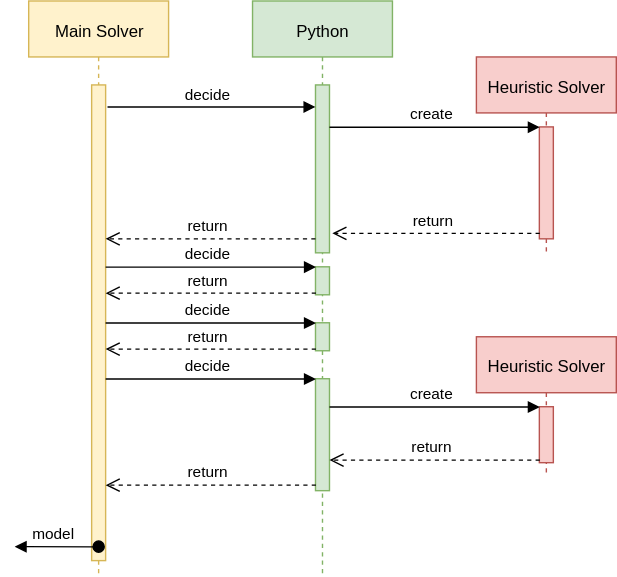
The draw.io diagram doc/slides/figures/sequence-diagram.svg in tsahyt/dhclingo, before a commit. Source tidied: cells renumbered, new cells last; positions are measured from the earlier drawing's top-left corner, leaving out a move shared by most shapes. Source of this version:
```xml
<mxGraphModel background="#ffffff">
  <root>
    <mxCell id="0" />
    <mxCell id="1" parent="0" />
    <mxCell id="2" value="&lt;div&gt;Main Solver&lt;/div&gt;" style="shape=umlLifeline;perimeter=lifelinePerimeter;whiteSpace=wrap;html=1;fillColor=#fff2cc;strokeColor=#d6b656;" parent="1" vertex="1">
      <mxGeometry x="10" width="100" height="410" as="geometry" />
    </mxCell>
    <mxCell id="3" style="html=1;points=[];perimeter=orthogonalPerimeter;fillColor=#fff2cc;strokeColor=#d6b656;" parent="2" vertex="1">
      <mxGeometry x="45" y="60" width="10" height="340" as="geometry" />
    </mxCell>
    <mxCell id="4" value="Python" style="shape=umlLifeline;perimeter=lifelinePerimeter;whiteSpace=wrap;html=1;fillColor=#d5e8d4;strokeColor=#82b366;" parent="1" vertex="1">
      <mxGeometry x="170" width="100" height="410" as="geometry" />
    </mxCell>
    <mxCell id="5" style="html=1;points=[];perimeter=orthogonalPerimeter;fillColor=#d5e8d4;strokeColor=#82b366;" parent="4" vertex="1">
      <mxGeometry x="45" y="60" width="10" height="120" as="geometry" />
    </mxCell>
    <mxCell id="6" style="html=1;points=[];perimeter=orthogonalPerimeter;fillColor=#d5e8d4;strokeColor=#82b366;" parent="4" vertex="1">
      <mxGeometry x="45" y="190" width="10" height="20" as="geometry" />
    </mxCell>
    <mxCell id="7" style="html=1;points=[];perimeter=orthogonalPerimeter;fillColor=#d5e8d4;strokeColor=#82b366;" parent="4" vertex="1">
      <mxGeometry x="45" y="230" width="10" height="20" as="geometry" />
    </mxCell>
    <mxCell id="8" style="html=1;points=[];perimeter=orthogonalPerimeter;fillColor=#d5e8d4;strokeColor=#82b366;" parent="4" vertex="1">
      <mxGeometry x="45" y="270" width="10" height="80" as="geometry" />
    </mxCell>
    <mxCell id="9" value="Heuristic Solver" style="shape=umlLifeline;perimeter=lifelinePerimeter;whiteSpace=wrap;html=1;fillColor=#f8cecc;strokeColor=#b85450;" parent="1" vertex="1">
      <mxGeometry x="330" y="40" width="100" height="140" as="geometry" />
    </mxCell>
    <mxCell id="10" style="html=1;points=[];perimeter=orthogonalPerimeter;fillColor=#f8cecc;strokeColor=#b85450;" parent="9" vertex="1">
      <mxGeometry x="45" y="50" width="10" height="80" as="geometry" />
    </mxCell>
    <mxCell id="11" value="decide" style="html=1;verticalAlign=bottom;endArrow=block;exitX=1.114;exitY=0.047;exitPerimeter=0;" parent="1" edge="1" source="3" target="5">
      <mxGeometry relative="1" as="geometry" />
    </mxCell>
    <mxCell id="12" value="create" style="html=1;verticalAlign=bottom;endArrow=block;entryX=0;entryY=0;" parent="1" edge="1" source="5" target="10">
      <mxGeometry relative="1" as="geometry" />
    </mxCell>
    <mxCell id="13" value="return" style="html=1;verticalAlign=bottom;endArrow=open;dashed=1;endSize=8;exitX=0;exitY=0.95;entryX=1.229;entryY=0.882;entryPerimeter=0;" parent="1" edge="1" source="10" target="5">
      <mxGeometry relative="1" as="geometry" />
    </mxCell>
    <mxCell id="14" value="return" style="html=1;verticalAlign=bottom;endArrow=open;dashed=1;endSize=8;" parent="1" edge="1" target="3">
      <mxGeometry relative="1" as="geometry">
        <mxPoint x="215" y="170" as="sourcePoint" />
      </mxGeometry>
    </mxCell>
    <mxCell id="15" value="return" style="html=1;verticalAlign=bottom;endArrow=open;dashed=1;endSize=8;exitX=0;exitY=0.95;" parent="1" edge="1" source="6" target="3">
      <mxGeometry relative="1" as="geometry" />
    </mxCell>
    <mxCell id="16" value="decide" style="html=1;verticalAlign=bottom;endArrow=block;entryX=0;entryY=0;" parent="1" edge="1" source="3" target="6">
      <mxGeometry relative="1" as="geometry" />
    </mxCell>
    <mxCell id="17" value="return" style="html=1;verticalAlign=bottom;endArrow=open;dashed=1;endSize=8;exitX=0;exitY=0.95;" parent="1" edge="1" source="7" target="3">
      <mxGeometry relative="1" as="geometry" />
    </mxCell>
    <mxCell id="18" value="decide" style="html=1;verticalAlign=bottom;endArrow=block;entryX=0;entryY=0;" parent="1" edge="1" source="3" target="7">
      <mxGeometry relative="1" as="geometry" />
    </mxCell>
    <mxCell id="19" value="Heuristic Solver" style="shape=umlLifeline;perimeter=lifelinePerimeter;whiteSpace=wrap;html=1;fillColor=#f8cecc;strokeColor=#b85450;" parent="1" vertex="1">
      <mxGeometry x="330" y="240" width="100" height="100" as="geometry" />
    </mxCell>
    <mxCell id="20" style="html=1;points=[];perimeter=orthogonalPerimeter;fillColor=#f8cecc;strokeColor=#b85450;" parent="19" vertex="1">
      <mxGeometry x="45" y="50" width="10" height="40" as="geometry" />
    </mxCell>
    <mxCell id="21" value="model" style="html=1;verticalAlign=bottom;startArrow=oval;startFill=1;endArrow=block;startSize=8;exitX=0.5;exitY=0.971;exitPerimeter=0;" parent="1" edge="1" source="3">
      <mxGeometry relative="1" as="geometry">
        <mxPoint y="390" as="targetPoint" />
      </mxGeometry>
    </mxCell>
    <mxCell id="22" value="create" style="html=1;verticalAlign=bottom;endArrow=block;entryX=0;entryY=0;" parent="1" edge="1" source="8" target="20">
      <mxGeometry relative="1" as="geometry" />
    </mxCell>
    <mxCell id="23" value="return" style="html=1;verticalAlign=bottom;endArrow=open;dashed=1;endSize=8;exitX=0;exitY=0.95;" parent="1" edge="1" source="20" target="8">
      <mxGeometry relative="1" as="geometry" />
    </mxCell>
    <mxCell id="24" value="decide" style="html=1;verticalAlign=bottom;endArrow=block;entryX=0;entryY=0;" parent="1" edge="1" source="3" target="8">
      <mxGeometry relative="1" as="geometry" />
    </mxCell>
    <mxCell id="25" value="return" style="html=1;verticalAlign=bottom;endArrow=open;dashed=1;endSize=8;exitX=0;exitY=0.95;" parent="1" edge="1" source="8" target="3">
      <mxGeometry relative="1" as="geometry" />
    </mxCell>
  </root>
</mxGraphModel>
```
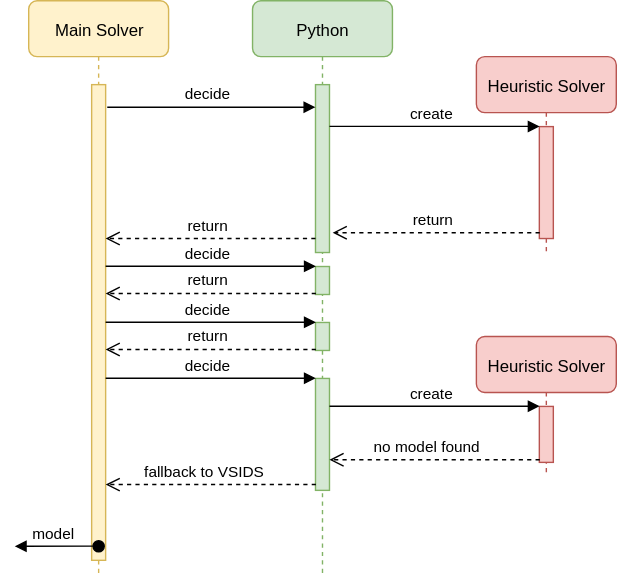
After the change.

Diff of the diagram source:
```diff
@@ -2,16 +2,16 @@
   <root>
     <mxCell id="0" />
     <mxCell id="1" parent="0" />
-    <mxCell id="2" value="&lt;div&gt;Main Solver&lt;/div&gt;" style="shape=umlLifeline;perimeter=lifelinePerimeter;whiteSpace=wrap;html=1;fillColor=#fff2cc;strokeColor=#d6b656;" parent="1" vertex="1">
+    <mxCell id="2" value="&lt;div&gt;Main Solver&lt;/div&gt;" style="shape=umlLifeline;perimeter=lifelinePerimeter;whiteSpace=wrap;html=1;fillColor=#fff2cc;strokeColor=#d6b656;rounded=1;" parent="1" vertex="1">
       <mxGeometry x="10" width="100" height="410" as="geometry" />
     </mxCell>
     <mxCell id="3" style="html=1;points=[];perimeter=orthogonalPerimeter;fillColor=#fff2cc;strokeColor=#d6b656;" parent="2" vertex="1">
       <mxGeometry x="45" y="60" width="10" height="340" as="geometry" />
     </mxCell>
-    <mxCell id="4" value="Python" style="shape=umlLifeline;perimeter=lifelinePerimeter;whiteSpace=wrap;html=1;fillColor=#d5e8d4;strokeColor=#82b366;" parent="1" vertex="1">
+    <mxCell id="4" value="Python" style="shape=umlLifeline;perimeter=lifelinePerimeter;whiteSpace=wrap;html=1;fillColor=#d5e8d4;strokeColor=#82b366;rounded=1;" parent="1" vertex="1">
       <mxGeometry x="170" width="100" height="410" as="geometry" />
     </mxCell>
-    <mxCell id="5" style="html=1;points=[];perimeter=orthogonalPerimeter;fillColor=#d5e8d4;strokeColor=#82b366;" parent="4" vertex="1">
+    <mxCell id="5" style="html=1;points=[];perimeter=orthogonalPerimeter;fillColor=#d5e8d4;strokeColor=#82b366;shadow=0;comic=0;" parent="4" vertex="1">
       <mxGeometry x="45" y="60" width="10" height="120" as="geometry" />
     </mxCell>
     <mxCell id="6" style="html=1;points=[];perimeter=orthogonalPerimeter;fillColor=#d5e8d4;strokeColor=#82b366;" parent="4" vertex="1">
@@ -23,7 +23,7 @@
     <mxCell id="8" style="html=1;points=[];perimeter=orthogonalPerimeter;fillColor=#d5e8d4;strokeColor=#82b366;" parent="4" vertex="1">
       <mxGeometry x="45" y="270" width="10" height="80" as="geometry" />
     </mxCell>
-    <mxCell id="9" value="Heuristic Solver" style="shape=umlLifeline;perimeter=lifelinePerimeter;whiteSpace=wrap;html=1;fillColor=#f8cecc;strokeColor=#b85450;" parent="1" vertex="1">
+    <mxCell id="9" value="Heuristic Solver" style="shape=umlLifeline;perimeter=lifelinePerimeter;whiteSpace=wrap;html=1;fillColor=#f8cecc;strokeColor=#b85450;rounded=1;" parent="1" vertex="1">
       <mxGeometry x="330" y="40" width="100" height="140" as="geometry" />
     </mxCell>
     <mxCell id="10" style="html=1;points=[];perimeter=orthogonalPerimeter;fillColor=#f8cecc;strokeColor=#b85450;" parent="9" vertex="1">
@@ -55,7 +55,7 @@
     <mxCell id="18" value="decide" style="html=1;verticalAlign=bottom;endArrow=block;entryX=0;entryY=0;" parent="1" edge="1" source="3" target="7">
       <mxGeometry relative="1" as="geometry" />
     </mxCell>
-    <mxCell id="19" value="Heuristic Solver" style="shape=umlLifeline;perimeter=lifelinePerimeter;whiteSpace=wrap;html=1;fillColor=#f8cecc;strokeColor=#b85450;" parent="1" vertex="1">
+    <mxCell id="19" value="Heuristic Solver" style="shape=umlLifeline;perimeter=lifelinePerimeter;whiteSpace=wrap;html=1;fillColor=#f8cecc;strokeColor=#b85450;glass=0;rounded=1;comic=0;" parent="1" vertex="1">
       <mxGeometry x="330" y="240" width="100" height="100" as="geometry" />
     </mxCell>
     <mxCell id="20" style="html=1;points=[];perimeter=orthogonalPerimeter;fillColor=#f8cecc;strokeColor=#b85450;" parent="19" vertex="1">
@@ -69,13 +69,13 @@
     <mxCell id="22" value="create" style="html=1;verticalAlign=bottom;endArrow=block;entryX=0;entryY=0;" parent="1" edge="1" source="8" target="20">
       <mxGeometry relative="1" as="geometry" />
     </mxCell>
-    <mxCell id="23" value="return" style="html=1;verticalAlign=bottom;endArrow=open;dashed=1;endSize=8;exitX=0;exitY=0.95;" parent="1" edge="1" source="20" target="8">
+    <mxCell id="23" value="no model found" style="html=1;verticalAlign=bottom;endArrow=open;dashed=1;endSize=8;exitX=0;exitY=0.95;" parent="1" edge="1" source="20" target="8">
       <mxGeometry relative="1" as="geometry" />
     </mxCell>
     <mxCell id="24" value="decide" style="html=1;verticalAlign=bottom;endArrow=block;entryX=0;entryY=0;" parent="1" edge="1" source="3" target="8">
       <mxGeometry relative="1" as="geometry" />
     </mxCell>
-    <mxCell id="25" value="return" style="html=1;verticalAlign=bottom;endArrow=open;dashed=1;endSize=8;exitX=0;exitY=0.95;" parent="1" edge="1" source="8" target="3">
+    <mxCell id="25" value="fallback to VSIDS" style="html=1;verticalAlign=bottom;endArrow=open;dashed=1;endSize=8;exitX=0;exitY=0.95;" parent="1" edge="1" source="8" target="3">
       <mxGeometry relative="1" as="geometry" />
     </mxCell>
   </root>
```
